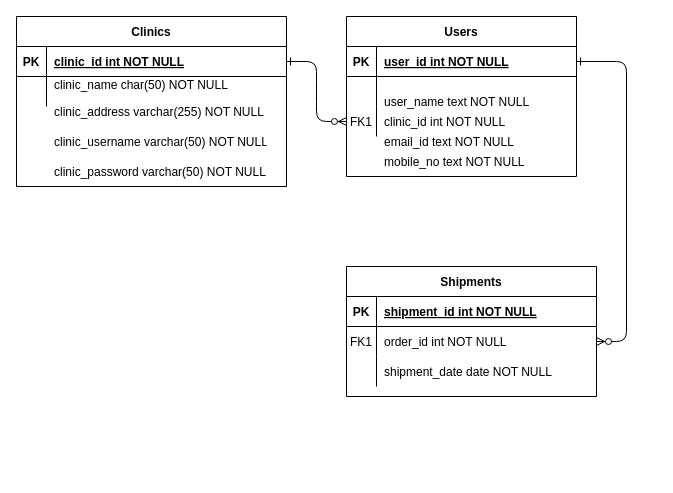
Earlier version of the draw.io diagram ERDiagram.drawio (pranavn35/ProjectDiagrams). Source tidied: cells renumbered, new cells numbered last; positions are measured from the earlier drawing's top-left corner, leaving out a move shared by most shapes. Both pictures are drawn from the tidied source at 100%, with x=0, y=0 at pixel (16, 16).
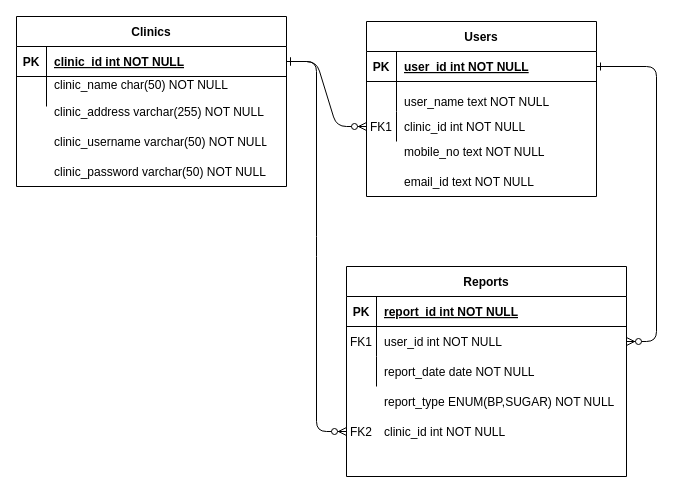
After the change.

The change refers to these unchanged cells:
```xml
<mxCell id="11" style="shape=partialRectangle;fillColor=none;points=[[0,0.5],[1,0.5]];portConstraint=eastwest;top=0;left=0;right=0;bottom=0;strokeColor=default;fontColor=default;" parent="4" vertex="1">
  <mxGeometry y="90" width="230" height="30" as="geometry" />
</mxCell>
<mxCell id="25" style="shape=partialRectangle;fillColor=none;points=[[0,0.5],[1,0.5]];portConstraint=eastwest;top=0;left=0;right=0;bottom=1;fontColor=default;" parent="24" vertex="1">
  <mxGeometry y="30" width="270" height="30" as="geometry" />
</mxCell>
```

The edit, as a diff of the source:
```diff
@@
-    <mxCell id="2" style="edgeStyle=entityRelationEdgeStyle;endArrow=ERzeroToMany;startArrow=ERone;endFill=1;startFill=0;" parent="1" edge="1" source="25" target="11">
+    <mxCell id="2" style="edgeStyle=entityRelationEdgeStyle;endArrow=ERzeroToMany;startArrow=ERone;endFill=1;startFill=0;strokeColor=default;labelBackgroundColor=default;fontColor=default;" parent="1" edge="1" source="25" target="11">
       <mxGeometry relative="1" as="geometry" />
     </mxCell>
@@
     <mxCell id="4" value="Users" style="shape=table;startSize=30;childLayout=tableLayout;rowLines=0;fontStyle=1;align=center;fontColor=default;fillColor=default;strokeColor=default;" parent="1" vertex="1">
-      <mxGeometry x="330" width="230" height="160" as="geometry" />
+      <mxGeometry x="350" y="5" width="230" height="175" as="geometry" />
     </mxCell>
@@
-    <mxCell id="14" value="Shipments" style="shape=table;startSize=30;childLayout=tableLayout;rowLines=0;fontStyle=1;align=center;fillColor=default;strokeColor=default;fontColor=default;" parent="1" vertex="1">
-      <mxGeometry x="330" y="250" width="250" height="130" as="geometry" />
+    <mxCell id="14" value="Reports" style="shape=table;startSize=30;childLayout=tableLayout;rowLines=0;fontStyle=1;align=center;fillColor=default;strokeColor=default;fontColor=default;" parent="1" vertex="1">
+      <mxGeometry x="330" y="250" width="280" height="210" as="geometry" />
     </mxCell>
-    <mxCell id="15" style="shape=partialRectangle;fillColor=none;top=0;left=0;right=0;bottom=1;" parent="14" vertex="1">
-      <mxGeometry y="30" width="250" height="30" as="geometry" />
+    <mxCell id="15" style="shape=partialRectangle;fillColor=none;top=0;left=0;right=0;bottom=1;fontColor=default;" parent="14" vertex="1">
+      <mxGeometry y="30" width="280" height="30" as="geometry" />
     </mxCell>
@@
-    <mxCell id="17" value="shipment_id int NOT NULL " style="shape=partialRectangle;overflow=hidden;fillColor=none;top=0;left=0;bottom=0;right=0;align=left;spacingLeft=6;fontStyle=5;" parent="15" vertex="1">
-      <mxGeometry x="30" width="220" height="30" as="geometry" />
+    <mxCell id="17" value="report_id int NOT NULL " style="shape=partialRectangle;overflow=hidden;fillColor=none;top=0;left=0;bottom=0;right=0;align=left;spacingLeft=6;fontStyle=5;fontColor=default;" parent="15" vertex="1">
+      <mxGeometry x="30" width="250" height="30" as="geometry" />
     </mxCell>
-    <mxCell id="18" style="shape=partialRectangle;fillColor=none;points=[[0,0.5],[1,0.5]];portConstraint=eastwest;top=0;left=0;right=0;bottom=0;" parent="14" vertex="1">
-      <mxGeometry y="60" width="250" height="30" as="geometry" />
+    <mxCell id="18" style="shape=partialRectangle;fillColor=none;points=[[0,0.5],[1,0.5]];portConstraint=eastwest;top=0;left=0;right=0;bottom=0;strokeColor=default;fontColor=default;" parent="14" vertex="1">
+      <mxGeometry y="60" width="280" height="30" as="geometry" />
     </mxCell>
@@
-    <mxCell id="20" value="order_id int NOT NULL" style="shape=partialRectangle;overflow=hidden;fillColor=none;top=0;left=0;bottom=0;right=0;align=left;spacingLeft=6;" parent="18" vertex="1">
-      <mxGeometry x="30" width="220" height="30" as="geometry" />
+    <mxCell id="20" value="user_id int NOT NULL" style="shape=partialRectangle;overflow=hidden;fillColor=none;top=0;left=0;bottom=0;right=0;align=left;spacingLeft=6;fontColor=default;" parent="18" vertex="1">
+      <mxGeometry x="30" width="250" height="30" as="geometry" />
     </mxCell>
     <mxCell id="21" style="shape=partialRectangle;fillColor=none;top=0;left=0;right=0;bottom=0;strokeColor=default;fontColor=default;" parent="14" vertex="1">
-      <mxGeometry y="90" width="250" height="30" as="geometry" />
+      <mxGeometry y="90" width="280" height="30" as="geometry" />
     </mxCell>
@@
-    <mxCell id="23" value="shipment_date date NOT NULL" style="shape=partialRectangle;overflow=hidden;fillColor=none;top=0;left=0;bottom=0;right=0;align=left;spacingLeft=6;strokeColor=default;fontColor=default;" parent="21" vertex="1">
-      <mxGeometry x="30" width="220" height="30" as="geometry" />
+    <mxCell id="23" value="report_date date NOT NULL" style="shape=partialRectangle;overflow=hidden;fillColor=none;top=0;left=0;bottom=0;right=0;align=left;spacingLeft=6;strokeColor=default;fontColor=default;" parent="21" vertex="1">
+      <mxGeometry x="30" width="250" height="30" as="geometry" />
     </mxCell>
@@
     <mxCell id="40" value="user_name text NOT NULL" style="shape=partialRectangle;overflow=hidden;fillColor=none;top=0;left=0;bottom=0;right=0;align=left;spacingLeft=6;strokeColor=default;fontColor=default;" parent="1" vertex="1">
-      <mxGeometry x="360" y="70" width="220" height="30" as="geometry" />
+      <mxGeometry x="380" y="70" width="220" height="30" as="geometry" />
     </mxCell>
     <mxCell id="41" value="mobile_no text NOT NULL" style="shape=partialRectangle;overflow=hidden;fillColor=none;top=0;left=0;bottom=0;right=0;align=left;spacingLeft=6;strokeColor=default;fontColor=default;" parent="1" vertex="1">
-      <mxGeometry x="360" y="130" width="220" height="30" as="geometry" />
+      <mxGeometry x="380" y="120" width="220" height="30" as="geometry" />
     </mxCell>
     <mxCell id="42" value="email_id text NOT NULL" style="shape=partialRectangle;overflow=hidden;fillColor=none;top=0;left=0;bottom=0;right=0;align=left;spacingLeft=6;strokeColor=default;fontColor=default;" parent="1" vertex="1">
-      <mxGeometry x="360" y="110" width="220" height="30" as="geometry" />
+      <mxGeometry x="380" y="150" width="220" height="30" as="geometry" />
     </mxCell>
+    <mxCell id="43" style="shape=partialRectangle;fillColor=none;points=[[0,0.5],[1,0.5]];portConstraint=eastwest;top=0;left=0;right=0;bottom=0;strokeColor=default;fontColor=default;" parent="1" vertex="1">
+      <mxGeometry x="330" y="400" width="250" height="30" as="geometry" />
+    </mxCell>
+    <mxCell id="44" value="FK2" style="shape=partialRectangle;overflow=hidden;fillColor=none;top=0;left=0;bottom=0;right=0;fontColor=default;" parent="43" vertex="1">
+      <mxGeometry width="30" height="30" as="geometry" />
+    </mxCell>
+    <mxCell id="45" value="clinic_id int NOT NULL" style="shape=partialRectangle;overflow=hidden;fillColor=none;top=0;left=0;bottom=0;right=0;align=left;spacingLeft=6;fontColor=default;" parent="43" vertex="1">
+      <mxGeometry x="30" width="220" height="30" as="geometry" />
+    </mxCell>
+    <mxCell id="46" style="edgeStyle=entityRelationEdgeStyle;endArrow=ERzeroToMany;startArrow=ERone;endFill=1;startFill=0;exitX=1;exitY=0.5;exitDx=0;exitDy=0;strokeColor=default;labelBackgroundColor=default;fontColor=default;entryX=0;entryY=0.5;entryDx=0;entryDy=0;" parent="1" edge="1" source="25" target="43">
+      <mxGeometry relative="1" as="geometry" />
+    </mxCell>
+    <mxCell id="47" value="report_type ENUM(BP,SUGAR) NOT NULL" style="shape=partialRectangle;overflow=hidden;fillColor=none;top=0;left=0;bottom=0;right=0;align=left;spacingLeft=6;strokeColor=default;fontColor=default;" parent="1" vertex="1">
+      <mxGeometry x="360" y="370" width="240" height="30" as="geometry" />
+    </mxCell>
```
